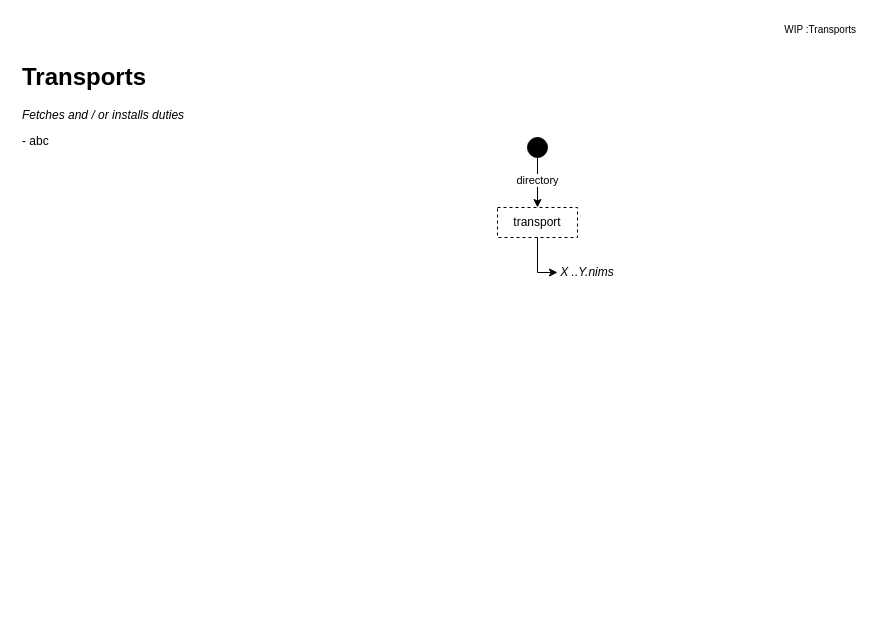
Before: page "transports" (4 of 5) of ADRs/boat_adr.drawio in noahehall/boat, a draw.io diagram. Source tidied: cells renumbered, new cells numbered last; positions are measured from the earlier drawing's top-left corner, leaving out a move shared by most shapes. Both pictures are drawn from the tidied source at 100%, with x=0, y=0 at pixel (17, 17).
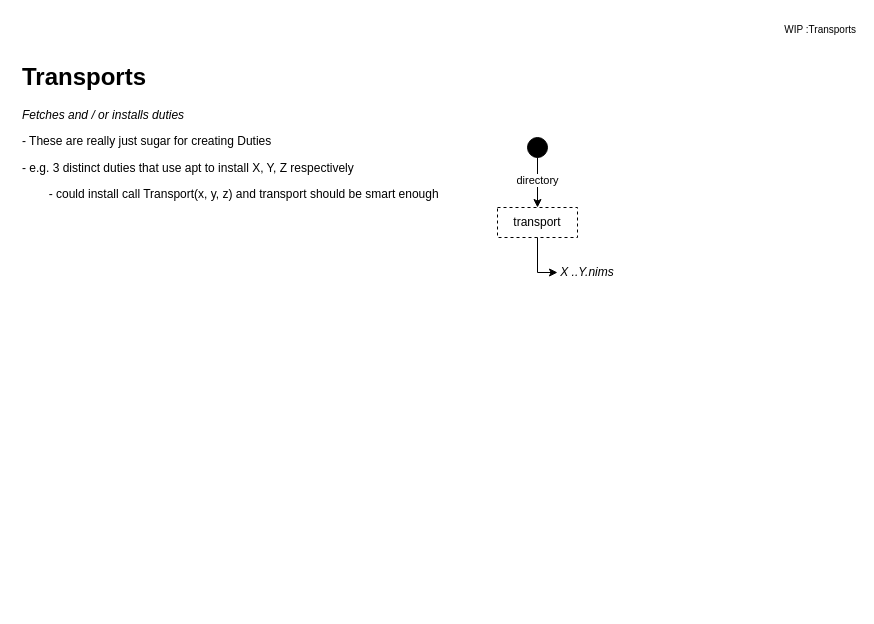
The same page after the edit.

Change to the diagram source:
```diff
@@
 <mxGraphModel>
   <root>
     <mxCell id="0" />
     <mxCell id="1" parent="0" />
-    <mxCell id="2" value="&lt;h1&gt;Transports&lt;/h1&gt;&lt;p style=&quot;border-color: var(--border-color);&quot;&gt;&lt;span style=&quot;background-color: initial;&quot;&gt;&lt;i&gt;Fetches and / or installs duties&lt;/i&gt;&lt;/span&gt;&lt;/p&gt;&lt;p style=&quot;border-color: var(--border-color);&quot;&gt;&lt;span style=&quot;background-color: initial;&quot;&gt;- abc&lt;/span&gt;&lt;/p&gt;" style="text;html=1;strokeColor=none;fillColor=none;spacing=5;spacingTop=-20;whiteSpace=wrap;overflow=hidden;rounded=0;" parent="1" vertex="1">
+    <mxCell id="2" value="&lt;h1&gt;Transports&lt;/h1&gt;&lt;p style=&quot;border-color: var(--border-color);&quot;&gt;&lt;span style=&quot;background-color: initial;&quot;&gt;&lt;i&gt;Fetches and / or installs duties&lt;/i&gt;&lt;/span&gt;&lt;/p&gt;&lt;p style=&quot;border-color: var(--border-color);&quot;&gt;&lt;span style=&quot;background-color: initial;&quot;&gt;- These are really just sugar for creating Duties&lt;/span&gt;&lt;/p&gt;&lt;p style=&quot;border-color: var(--border-color);&quot;&gt;&lt;span style=&quot;background-color: initial;&quot;&gt;- e.g. 3 distinct duties that use apt to install X, Y, Z respectively&lt;/span&gt;&lt;/p&gt;&lt;p style=&quot;border-color: var(--border-color);&quot;&gt;&lt;span style=&quot;background-color: initial;&quot;&gt;&lt;span style=&quot;white-space: pre;&quot;&gt;&#9;&lt;/span&gt;- could install call Transport(x, y, z) and transport should be smart enough&lt;/span&gt;&lt;/p&gt;" style="text;html=1;strokeColor=none;fillColor=none;spacing=5;spacingTop=-20;whiteSpace=wrap;overflow=hidden;rounded=0;" parent="1" vertex="1">
       <mxGeometry y="40" width="480" height="550" as="geometry" />
     </mxCell>
     <mxCell id="3" value="&amp;nbsp; &amp;nbsp;WIP :Transports&lt;br&gt;" style="text;html=1;align=right;verticalAlign=top;strokeColor=none;fillColor=none;fontSize=10;" parent="1" vertex="1">
       <mxGeometry x="740" width="100" height="30" as="geometry" />
     </mxCell>
     <mxCell id="4" style="group;" parent="1" vertex="1">
       <mxGeometry x="480" y="120" width="120" height="150" as="geometry" />
     </mxCell>
     <mxCell id="5" style="ellipse;whiteSpace=wrap;html=1;labelBackgroundColor=#504949;fillColor=#000000;" parent="4" vertex="1">
       <mxGeometry x="30" width="20" height="20" as="geometry" />
     </mxCell>
     <mxCell id="6" value="transport" style="text;html=1;strokeColor=default;fillColor=none;align=center;verticalAlign=middle;whiteSpace=wrap;rounded=0;dashed=1;" parent="4" vertex="1">
       <mxGeometry y="70" width="80" height="30" as="geometry" />
     </mxCell>
     <mxCell id="7" value="directory" style="edgeStyle=orthogonalEdgeStyle;rounded=0;jettySize=auto;html=1;strokeColor=default;spacingBottom=4;" parent="4" edge="1" source="5" target="6">
       <mxGeometry relative="1" as="geometry" />
     </mxCell>
     <mxCell id="8" value="X ..Y.nims" style="text;html=1;strokeColor=none;fillColor=none;align=center;verticalAlign=middle;whiteSpace=wrap;rounded=0;fontStyle=2;" parent="4" vertex="1">
       <mxGeometry x="60" y="120" width="60" height="30" as="geometry" />
     </mxCell>
     <mxCell id="9" style="edgeStyle=orthogonalEdgeStyle;rounded=0;jettySize=auto;html=1;entryX=0;entryY=0.5;entryDx=0;entryDy=0;strokeColor=default;" parent="4" edge="1" source="6" target="8">
       <mxGeometry relative="1" as="geometry" />
     </mxCell>
   </root>
 </mxGraphModel>
```
